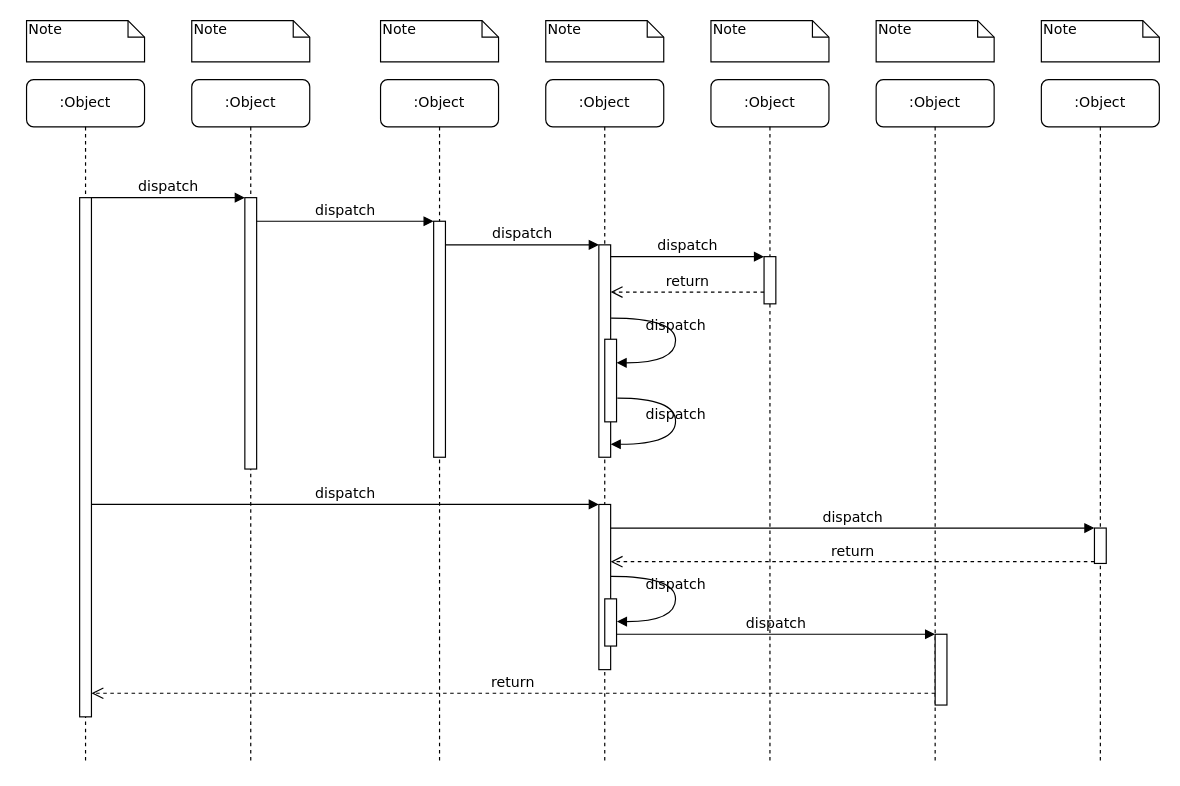
The draw.io diagram Secuencia app de comida.drawio in andreamorenom/Laboratorio-Empresarial, before the edit. Source tidied: cells renumbered, new cells numbered last; positions are measured from the earlier drawing's top-left corner, leaving out a move shared by most shapes. Both pictures are drawn from the tidied source at 118%, with x=0, y=0 at pixel (26, 20).
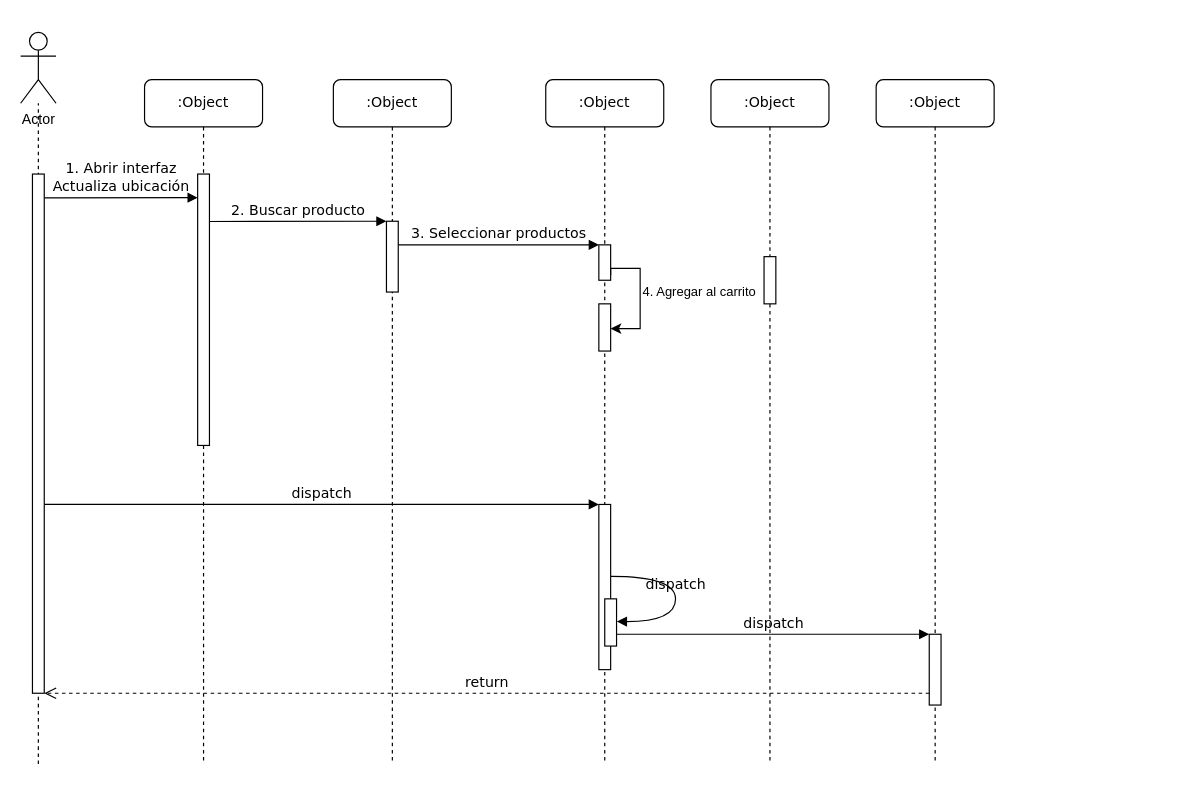
Above is the later version.

The change refers to these unchanged cells:
```xml
<mxCell id="6" value=":Object" style="shape=umlLifeline;perimeter=lifelinePerimeter;whiteSpace=wrap;html=1;rounded=1;shadow=0;comic=0;labelBackgroundColor=none;strokeWidth=1;fontFamily=Verdana;fontSize=12;align=center;" parent="1" vertex="1">
  <mxGeometry x="440" y="50" width="100" height="580" as="geometry" />
</mxCell>
<mxCell id="8" value=":Object" style="shape=umlLifeline;perimeter=lifelinePerimeter;whiteSpace=wrap;html=1;rounded=1;shadow=0;comic=0;labelBackgroundColor=none;strokeWidth=1;fontFamily=Verdana;fontSize=12;align=center;" parent="1" vertex="1">
  <mxGeometry x="720" y="50" width="100" height="580" as="geometry" />
</mxCell>
<mxCell id="14" style="html=1;points=[];perimeter=orthogonalPerimeter;rounded=0;shadow=0;comic=0;labelBackgroundColor=none;strokeWidth=1;fontFamily=Verdana;fontSize=12;align=center;" parent="1" vertex="1">
  <mxGeometry x="625" y="200" width="10" height="40" as="geometry" />
</mxCell>
<mxCell id="17" style="html=1;points=[];perimeter=orthogonalPerimeter;rounded=0;shadow=0;comic=0;labelBackgroundColor=none;strokeWidth=1;fontFamily=Verdana;fontSize=12;align=center;" parent="1" vertex="1">
  <mxGeometry x="485" y="410" width="10" height="140" as="geometry" />
</mxCell>
```

What changed in the source:
```diff
@@
     <mxCell id="2" value=":Object" style="shape=umlLifeline;perimeter=lifelinePerimeter;whiteSpace=wrap;html=1;rounded=1;shadow=0;comic=0;labelBackgroundColor=none;strokeWidth=1;fontFamily=Verdana;fontSize=12;align=center;" parent="1" vertex="1">
-      <mxGeometry x="140" y="50" width="100" height="580" as="geometry" />
+      <mxGeometry x="100" y="50" width="100" height="580" as="geometry" />
     </mxCell>
     <mxCell id="3" style="html=1;points=[];perimeter=orthogonalPerimeter;rounded=0;shadow=0;comic=0;labelBackgroundColor=none;strokeWidth=1;fontFamily=Verdana;fontSize=12;align=center;" parent="2" vertex="1">
-      <mxGeometry x="45" y="100" width="10" height="230" as="geometry" />
+      <mxGeometry x="45" y="80" width="10" height="230" as="geometry" />
     </mxCell>
+    <mxCell id="25" value="1. Abrir interfaz&lt;div&gt;Actualiza ubicación&lt;/div&gt;" style="html=1;verticalAlign=bottom;endArrow=block;entryX=0;entryY=0;labelBackgroundColor=none;fontFamily=Verdana;fontSize=12;edgeStyle=elbowEdgeStyle;elbow=vertical;" parent="2" edge="1">
+      <mxGeometry relative="1" as="geometry">
+        <mxPoint x="-85" y="100.2" as="sourcePoint" />
+        <mxPoint x="45" y="100" as="targetPoint" />
+      </mxGeometry>
+    </mxCell>
     <mxCell id="4" value=":Object" style="shape=umlLifeline;perimeter=lifelinePerimeter;whiteSpace=wrap;html=1;rounded=1;shadow=0;comic=0;labelBackgroundColor=none;strokeWidth=1;fontFamily=Verdana;fontSize=12;align=center;" parent="1" vertex="1">
-      <mxGeometry x="300" y="50" width="100" height="580" as="geometry" />
+      <mxGeometry x="260" y="50" width="100" height="580" as="geometry" />
     </mxCell>
     <mxCell id="5" style="html=1;points=[];perimeter=orthogonalPerimeter;rounded=0;shadow=0;comic=0;labelBackgroundColor=none;strokeWidth=1;fontFamily=Verdana;fontSize=12;align=center;" parent="4" vertex="1">
-      <mxGeometry x="45" y="120" width="10" height="200" as="geometry" />
+      <mxGeometry x="45" y="120" width="10" height="60" as="geometry" />
     </mxCell>
+    <mxCell id="26" value="2. Buscar producto" style="html=1;verticalAlign=bottom;endArrow=block;entryX=0;entryY=0;labelBackgroundColor=none;fontFamily=Verdana;fontSize=12;edgeStyle=elbowEdgeStyle;elbow=vertical;" parent="4" edge="1">
+      <mxGeometry relative="1" as="geometry">
+        <mxPoint x="-105" y="120.2" as="sourcePoint" />
+        <mxPoint x="45" y="120" as="targetPoint" />
+      </mxGeometry>
+    </mxCell>
@@
+    <mxCell id="39" style="html=1;points=[];perimeter=orthogonalPerimeter;rounded=0;shadow=0;comic=0;labelBackgroundColor=none;strokeWidth=1;fontFamily=Verdana;fontSize=12;align=center;" parent="6" vertex="1">
+      <mxGeometry x="45" y="190" width="10" height="40" as="geometry" />
+    </mxCell>
+    <mxCell id="40" value="4. Agregar al carrito" style="edgeStyle=orthogonalEdgeStyle;rounded=0;jettySize=auto;html=1;entryX=1;entryY=0.525;entryDx=0;entryDy=0;entryPerimeter=0;" parent="6" edge="1" target="39">
+      <mxGeometry x="-0.05" y="50" relative="1" as="geometry">
+        <mxPoint x="55" y="166" as="sourcePoint" />
+        <Array as="points">
+          <mxPoint x="55" y="160" />
+          <mxPoint x="80" y="160" />
+          <mxPoint x="80" y="211" />
+        </Array>
+      </mxGeometry>
+    </mxCell>
@@
-    <mxCell id="9" value=":Object" style="shape=umlLifeline;perimeter=lifelinePerimeter;whiteSpace=wrap;html=1;rounded=1;shadow=0;comic=0;labelBackgroundColor=none;strokeWidth=1;fontFamily=Verdana;fontSize=12;align=center;" parent="1" vertex="1">
-      <mxGeometry x="860" y="50" width="100" height="580" as="geometry" />
-    </mxCell>
-    <mxCell id="10" value=":Object" style="shape=umlLifeline;perimeter=lifelinePerimeter;whiteSpace=wrap;html=1;rounded=1;shadow=0;comic=0;labelBackgroundColor=none;strokeWidth=1;fontFamily=Verdana;fontSize=12;align=center;" parent="1" vertex="1">
-      <mxGeometry y="50" width="100" height="580" as="geometry" />
-    </mxCell>
-    <mxCell id="11" style="html=1;points=[];perimeter=orthogonalPerimeter;rounded=0;shadow=0;comic=0;labelBackgroundColor=none;strokeWidth=1;fontFamily=Verdana;fontSize=12;align=center;" parent="10" vertex="1">
-      <mxGeometry x="45" y="100" width="10" height="440" as="geometry" />
-    </mxCell>
+    <mxCell id="22" style="html=1;points=[];perimeter=orthogonalPerimeter;rounded=0;shadow=0;comic=0;labelBackgroundColor=none;strokeWidth=1;fontFamily=Verdana;fontSize=12;align=center;" parent="8" vertex="1">
+      <mxGeometry x="45" y="470" width="10" height="60" as="geometry" />
+    </mxCell>
     <mxCell id="12" style="html=1;points=[];perimeter=orthogonalPerimeter;rounded=0;shadow=0;comic=0;labelBackgroundColor=none;strokeWidth=1;fontFamily=Verdana;fontSize=12;align=center;" parent="1" vertex="1">
-      <mxGeometry x="485" y="190" width="10" height="180" as="geometry" />
+      <mxGeometry x="485" y="190" width="10" height="30" as="geometry" />
     </mxCell>
-    <mxCell id="13" value="dispatch" style="html=1;verticalAlign=bottom;endArrow=block;labelBackgroundColor=none;fontFamily=Verdana;fontSize=12;edgeStyle=elbowEdgeStyle;elbow=vertical;" parent="1" edge="1" source="5" target="12">
+    <mxCell id="13" value="3. Seleccionar productos" style="html=1;verticalAlign=bottom;endArrow=block;labelBackgroundColor=none;fontFamily=Verdana;fontSize=12;edgeStyle=elbowEdgeStyle;elbow=vertical;" parent="1" edge="1" source="5" target="12">
       <mxGeometry relative="1" as="geometry">
         <Array as="points">
-          <mxPoint x="360" y="190" />
+          <mxPoint x="320" y="190" />
         </Array>
       </mxGeometry>
     </mxCell>
@@
-    <mxCell id="15" value="dispatch" style="html=1;verticalAlign=bottom;endArrow=block;entryX=0;entryY=0;labelBackgroundColor=none;fontFamily=Verdana;fontSize=12;edgeStyle=elbowEdgeStyle;elbow=vertical;" parent="1" edge="1" source="12" target="14">
-      <mxGeometry relative="1" as="geometry" />
-    </mxCell>
-    <mxCell id="16" value="return" style="html=1;verticalAlign=bottom;endArrow=open;dashed=1;endSize=8;labelBackgroundColor=none;fontFamily=Verdana;fontSize=12;edgeStyle=elbowEdgeStyle;elbow=vertical;" parent="1" edge="1" source="14" target="12">
-      <mxGeometry relative="1" as="geometry">
-        <Array as="points">
-          <mxPoint x="570" y="230" />
-          <mxPoint x="600" y="230" />
-        </Array>
-      </mxGeometry>
-    </mxCell>
@@
-    <mxCell id="19" style="html=1;points=[];perimeter=orthogonalPerimeter;rounded=0;shadow=0;comic=0;labelBackgroundColor=none;strokeColor=#000000;strokeWidth=1;fillColor=#FFFFFF;fontFamily=Verdana;fontSize=12;fontColor=#000000;align=center;" parent="1" vertex="1">
-      <mxGeometry x="905" y="430" width="10" height="30" as="geometry" />
-    </mxCell>
-    <mxCell id="20" value="dispatch" style="html=1;verticalAlign=bottom;endArrow=block;entryX=0;entryY=0;labelBackgroundColor=none;fontFamily=Verdana;fontSize=12;" parent="1" edge="1" source="17" target="19">
-      <mxGeometry relative="1" as="geometry" />
-    </mxCell>
-    <mxCell id="21" value="return" style="html=1;verticalAlign=bottom;endArrow=open;dashed=1;endSize=8;exitX=0;exitY=0.95;labelBackgroundColor=none;fontFamily=Verdana;fontSize=12;" parent="1" edge="1" source="19" target="17">
-      <mxGeometry relative="1" as="geometry" />
-    </mxCell>
-    <mxCell id="22" style="html=1;points=[];perimeter=orthogonalPerimeter;rounded=0;shadow=0;comic=0;labelBackgroundColor=none;strokeWidth=1;fontFamily=Verdana;fontSize=12;align=center;" parent="1" vertex="1">
-      <mxGeometry x="770" y="520" width="10" height="60" as="geometry" />
-    </mxCell>
@@
     <mxCell id="24" value="return" style="html=1;verticalAlign=bottom;endArrow=open;dashed=1;endSize=8;labelBackgroundColor=none;fontFamily=Verdana;fontSize=12;edgeStyle=elbowEdgeStyle;elbow=vertical;" parent="1" edge="1" source="22" target="11">
       <mxGeometry relative="1" as="geometry">
         <Array as="points">
-          <mxPoint x="470" y="570" />
+          <mxPoint x="430" y="570" />
         </Array>
       </mxGeometry>
     </mxCell>
-    <mxCell id="25" value="dispatch" style="html=1;verticalAlign=bottom;endArrow=block;entryX=0;entryY=0;labelBackgroundColor=none;fontFamily=Verdana;fontSize=12;edgeStyle=elbowEdgeStyle;elbow=vertical;" parent="1" edge="1" source="11" target="3">
-      <mxGeometry relative="1" as="geometry" />
-    </mxCell>
-    <mxCell id="26" value="dispatch" style="html=1;verticalAlign=bottom;endArrow=block;entryX=0;entryY=0;labelBackgroundColor=none;fontFamily=Verdana;fontSize=12;edgeStyle=elbowEdgeStyle;elbow=vertical;" parent="1" edge="1" source="3" target="5">
-      <mxGeometry relative="1" as="geometry" />
-    </mxCell>
-    <mxCell id="27" style="html=1;points=[];perimeter=orthogonalPerimeter;rounded=0;shadow=0;comic=0;labelBackgroundColor=none;strokeWidth=1;fontFamily=Verdana;fontSize=12;align=center;" parent="1" vertex="1">
-      <mxGeometry x="490" y="270" width="10" height="70" as="geometry" />
-    </mxCell>
-    <mxCell id="28" value="dispatch" style="html=1;verticalAlign=bottom;endArrow=block;labelBackgroundColor=none;fontFamily=Verdana;fontSize=12;elbow=vertical;edgeStyle=orthogonalEdgeStyle;curved=1;entryX=1;entryY=0.286;entryPerimeter=0;exitX=1.038;exitY=0.345;exitPerimeter=0;" parent="1" edge="1" source="12" target="27">
-      <mxGeometry relative="1" as="geometry">
-        <Array as="points">
-          <mxPoint x="550" y="252" />
-          <mxPoint x="550" y="290" />
-        </Array>
-      </mxGeometry>
-    </mxCell>
-    <mxCell id="29" value="dispatch" style="html=1;verticalAlign=bottom;endArrow=block;labelBackgroundColor=none;fontFamily=Verdana;fontSize=12;elbow=vertical;edgeStyle=orthogonalEdgeStyle;curved=1;exitX=1.066;exitY=0.713;exitPerimeter=0;" parent="1" edge="1" source="27">
-      <mxGeometry relative="1" as="geometry">
-        <mxPoint x="495" y="359" as="targetPoint" />
-        <Array as="points">
-          <mxPoint x="550" y="320" />
-          <mxPoint x="550" y="359" />
-        </Array>
-      </mxGeometry>
-    </mxCell>
@@
-    <mxCell id="32" value="Note" style="shape=note;whiteSpace=wrap;html=1;size=14;verticalAlign=top;align=left;spacingTop=-6;rounded=0;shadow=0;comic=0;labelBackgroundColor=none;strokeWidth=1;fontFamily=Verdana;fontSize=12;" parent="1" vertex="1">
-      <mxGeometry width="100" height="35" as="geometry" />
-    </mxCell>
-    <mxCell id="33" value="Note" style="shape=note;whiteSpace=wrap;html=1;size=14;verticalAlign=top;align=left;spacingTop=-6;rounded=0;shadow=0;comic=0;labelBackgroundColor=none;strokeWidth=1;fontFamily=Verdana;fontSize=12;" parent="1" vertex="1">
-      <mxGeometry x="140" width="100" height="35" as="geometry" />
-    </mxCell>
-    <mxCell id="34" value="Note" style="shape=note;whiteSpace=wrap;html=1;size=14;verticalAlign=top;align=left;spacingTop=-6;rounded=0;shadow=0;comic=0;labelBackgroundColor=none;strokeWidth=1;fontFamily=Verdana;fontSize=12;" parent="1" vertex="1">
-      <mxGeometry x="300" width="100" height="35" as="geometry" />
-    </mxCell>
-    <mxCell id="35" value="Note" style="shape=note;whiteSpace=wrap;html=1;size=14;verticalAlign=top;align=left;spacingTop=-6;rounded=0;shadow=0;comic=0;labelBackgroundColor=none;strokeWidth=1;fontFamily=Verdana;fontSize=12;" parent="1" vertex="1">
-      <mxGeometry x="440" width="100" height="35" as="geometry" />
-    </mxCell>
-    <mxCell id="36" value="Note" style="shape=note;whiteSpace=wrap;html=1;size=14;verticalAlign=top;align=left;spacingTop=-6;rounded=0;shadow=0;comic=0;labelBackgroundColor=none;strokeWidth=1;fontFamily=Verdana;fontSize=12;" parent="1" vertex="1">
-      <mxGeometry x="580" width="100" height="35" as="geometry" />
-    </mxCell>
-    <mxCell id="37" value="Note" style="shape=note;whiteSpace=wrap;html=1;size=14;verticalAlign=top;align=left;spacingTop=-6;rounded=0;shadow=0;comic=0;labelBackgroundColor=none;strokeWidth=1;fontFamily=Verdana;fontSize=12;" parent="1" vertex="1">
-      <mxGeometry x="720" width="100" height="35" as="geometry" />
-    </mxCell>
-    <mxCell id="38" value="Note" style="shape=note;whiteSpace=wrap;html=1;size=14;verticalAlign=top;align=left;spacingTop=-6;rounded=0;shadow=0;comic=0;labelBackgroundColor=none;strokeWidth=1;fontFamily=Verdana;fontSize=12;" parent="1" vertex="1">
-      <mxGeometry x="860" width="100" height="35" as="geometry" />
-    </mxCell>
+    <mxCell id="41" value="Actor" style="shape=umlActor;verticalLabelPosition=bottom;verticalAlign=top;html=1;" parent="1" vertex="1">
+      <mxGeometry x="-5" y="10" width="30" height="60" as="geometry" />
+    </mxCell>
+    <mxCell id="42" style="endArrow=none;dashed=1;html=1;rounded=0;" parent="1" edge="1">
+      <mxGeometry relative="1" as="geometry">
+        <mxPoint x="10" y="630" as="sourcePoint" />
+        <mxPoint x="10" y="70" as="targetPoint" />
+      </mxGeometry>
+    </mxCell>
+    <mxCell id="11" style="html=1;points=[];perimeter=orthogonalPerimeter;rounded=0;shadow=0;comic=0;labelBackgroundColor=none;strokeWidth=1;fontFamily=Verdana;fontSize=12;align=center;" parent="1" vertex="1">
+      <mxGeometry x="5" y="130" width="10" height="440" as="geometry" />
+    </mxCell>
```
